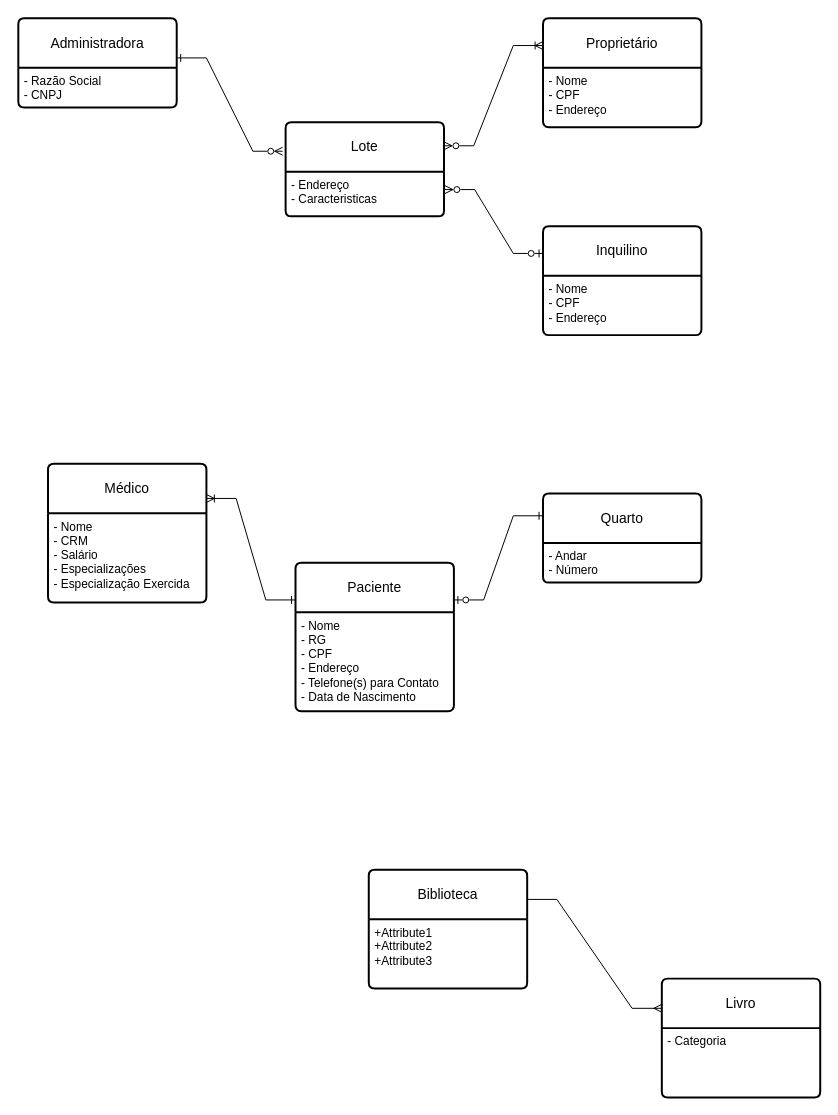
rafaelscatolin/Banco-de-Dados-24-03-2023 keeps this draw.io diagram as Diagrama sem nome.drawio. Above is the earlier version. Source tidied: cells renumbered, new cells numbered last; positions are measured from the earlier drawing's top-left corner, leaving out a move shared by most shapes. Both pictures are drawn from the tidied source at 99%, with x=0, y=0 at pixel (18, 18).
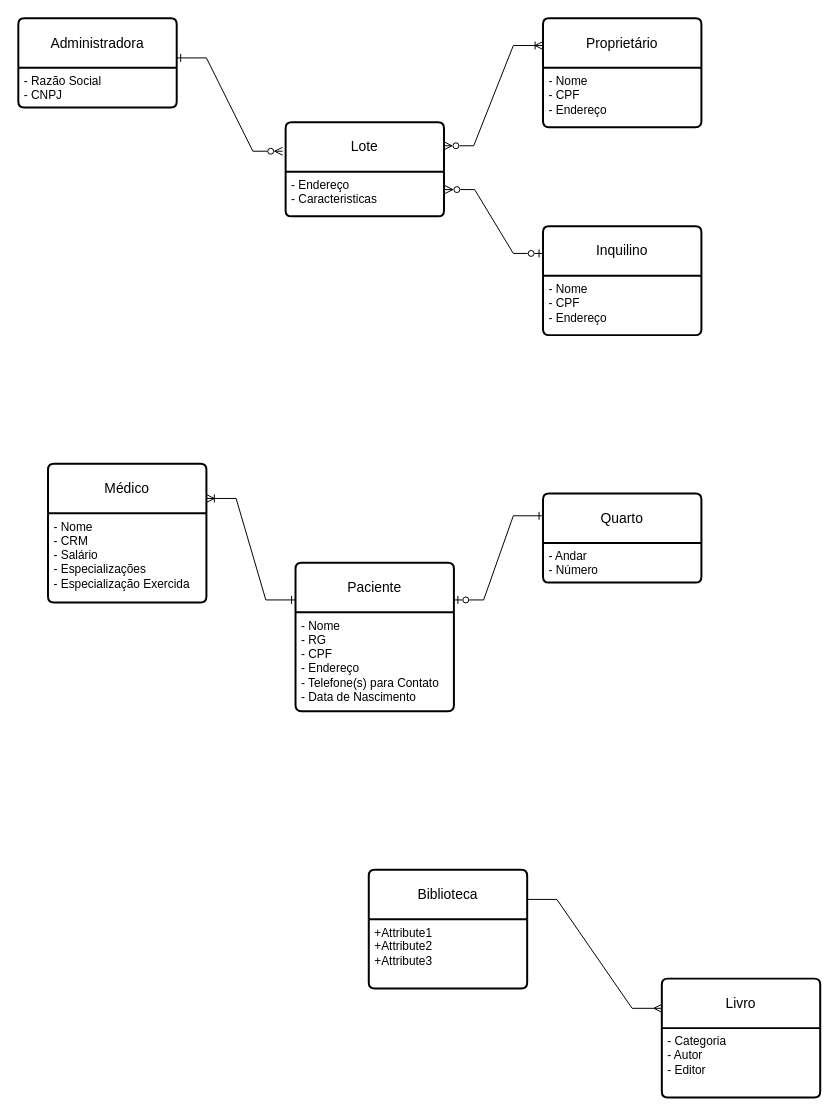
The same page after the edit.

The change refers to these unchanged cells:
```xml
<mxCell id="23" value="Livro" style="swimlane;horizontal=1;startSize=50;rounded=1;fontSize=14;fontStyle=0;strokeWidth=2;shadow=0;dashed=0;align=center;arcSize=4;whiteSpace=wrap;html=1;" parent="1" vertex="1">
  <mxGeometry x="650" y="970" width="160" height="120" as="geometry" />
</mxCell>
```

What changed in the source:
```diff
@@
-    <mxCell id="24" value="- Categoria" style="align=left;strokeColor=none;fillColor=none;spacingLeft=4;fontSize=12;verticalAlign=top;html=1;" parent="23" vertex="1">
+    <mxCell id="24" value="- Categoria&lt;br&gt;- Autor&lt;br&gt;- Editor" style="align=left;strokeColor=none;fillColor=none;spacingLeft=4;fontSize=12;verticalAlign=top;html=1;" parent="23" vertex="1">
       <mxGeometry y="50" width="160" height="70" as="geometry" />
     </mxCell>
```
